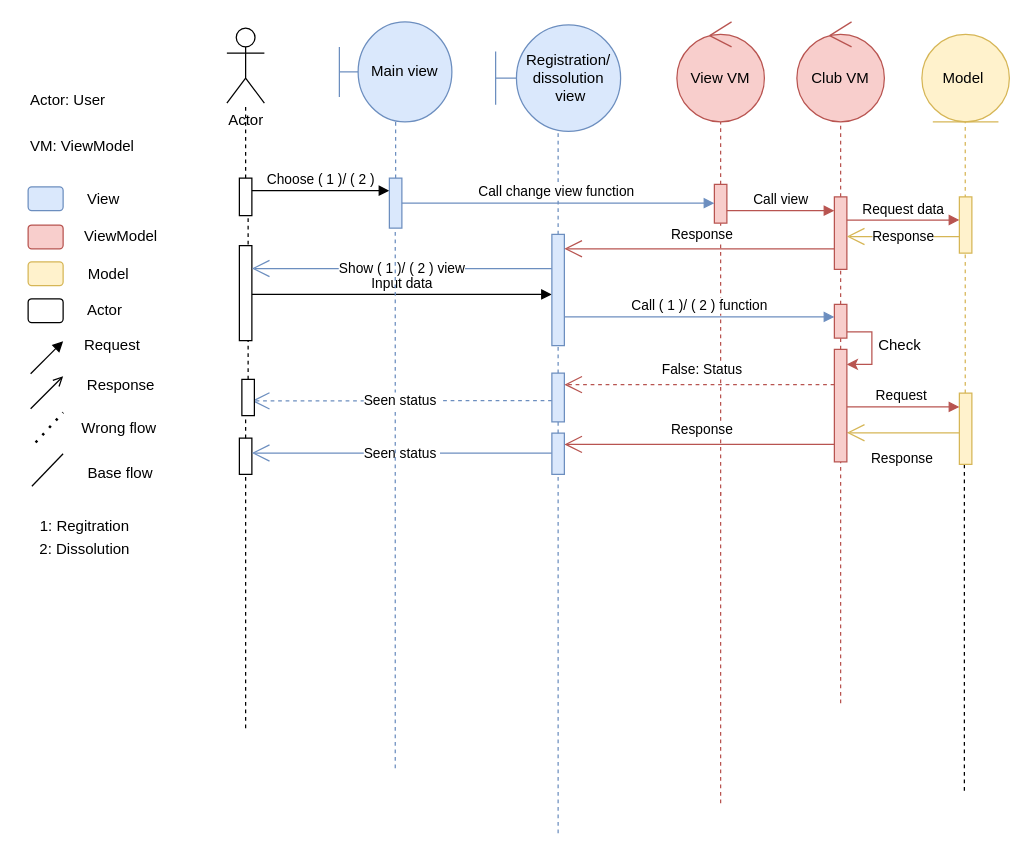
Earlier version of the draw.io diagram page "Club registration/ dissolution" (7 of 20) of Diagram.drawio (DnhTrn/finall_project). Source tidied: cells renumbered, new cells numbered last; positions are measured from the earlier drawing's top-left corner, leaving out a move shared by most shapes. Both pictures are drawn from the tidied source at 125%, with x=0, y=0 at pixel (26, 21).
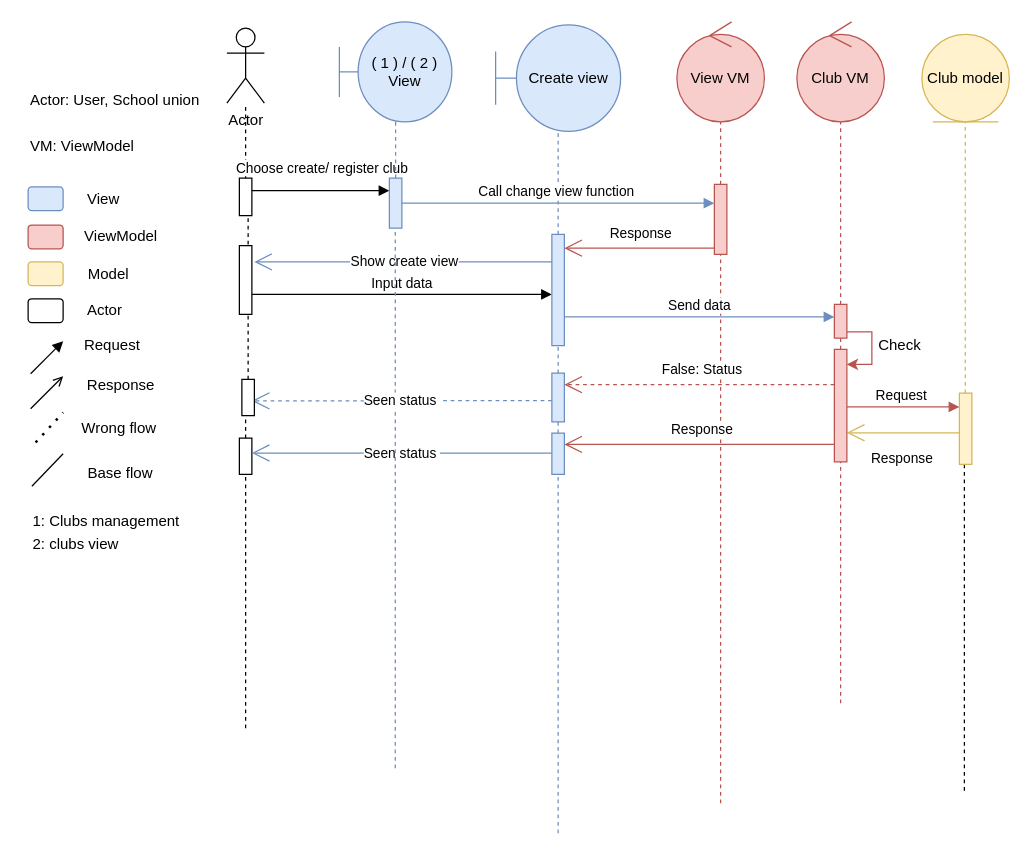
The same diagram, later.

The change refers to these unchanged cells:
```xml
<mxCell id="34" style="html=1;points=[[0,0,0,0,5],[0,1,0,0,-5],[1,0,0,0,5],[1,1,0,0,-5]];perimeter=orthogonalPerimeter;outlineConnect=0;targetShapes=umlLifeline;portConstraint=eastwest;newEdgeStyle={&quot;curved&quot;:0,&quot;rounded&quot;:0};fillColor=#dae8fc;strokeColor=#6c8ebf;" parent="1" vertex="1">
  <mxGeometry x="420" y="170" width="10" height="89" as="geometry" />
</mxCell>
<mxCell id="76" style="html=1;points=[[0,0,0,0,5],[0,1,0,0,-5],[1,0,0,0,5],[1,1,0,0,-5]];perimeter=orthogonalPerimeter;outlineConnect=0;targetShapes=umlLifeline;portConstraint=eastwest;newEdgeStyle={&quot;curved&quot;:0,&quot;rounded&quot;:0};fillColor=#f8cecc;strokeColor=#b85450;" parent="1" vertex="1">
  <mxGeometry x="646" y="262" width="10" height="90" as="geometry" />
</mxCell>
```

Diff of the diagram source:
```diff
@@
-    <mxCell id="3" value="Registration/&lt;div&gt;dissolution&lt;/div&gt;&lt;div&gt;&amp;nbsp;view&lt;/div&gt;" style="shape=umlBoundary;whiteSpace=wrap;html=1;fillColor=#dae8fc;strokeColor=#6c8ebf;" parent="1" vertex="1">
+    <mxCell id="3" value="Create view" style="shape=umlBoundary;whiteSpace=wrap;html=1;fillColor=#dae8fc;strokeColor=#6c8ebf;" parent="1" vertex="1">
       <mxGeometry x="375" y="2.5" width="100" height="85" as="geometry" />
     </mxCell>
-    <mxCell id="4" value="Model&amp;nbsp;" style="ellipse;shape=umlEntity;whiteSpace=wrap;html=1;fillColor=#fff2cc;strokeColor=#d6b656;" parent="1" vertex="1">
+    <mxCell id="4" value="Club model" style="ellipse;shape=umlEntity;whiteSpace=wrap;html=1;fillColor=#fff2cc;strokeColor=#d6b656;" parent="1" vertex="1">
       <mxGeometry x="716" y="10" width="70" height="70" as="geometry" />
     </mxCell>
@@
-    <mxCell id="9" style="endArrow=none;dashed=1;html=1;rounded=0;fillColor=#f8cecc;strokeColor=#b85450;" parent="1" edge="1" source="67">
+    <mxCell id="9" style="endArrow=none;dashed=1;html=1;rounded=0;fillColor=#f8cecc;strokeColor=#b85450;" parent="1" edge="1" source="76">
       <mxGeometry relative="1" as="geometry">
         <mxPoint x="651" y="80" as="targetPoint" />
       </mxGeometry>
     </mxCell>
@@
     <mxCell id="14" style="html=1;points=[[0,0,0,0,5],[0,1,0,0,-5],[1,0,0,0,5],[1,1,0,0,-5]];perimeter=orthogonalPerimeter;outlineConnect=0;targetShapes=umlLifeline;portConstraint=eastwest;newEdgeStyle={&quot;curved&quot;:0,&quot;rounded&quot;:0};fillColor=#f8cecc;strokeColor=#b85450;" parent="1" vertex="1">
-      <mxGeometry x="550" y="130" width="10" height="31" as="geometry" />
+      <mxGeometry x="550" y="130" width="10" height="56" as="geometry" />
     </mxCell>
@@
-    <mxCell id="18" value="&lt;div style=&quot;text-align: left;&quot;&gt;Choose ( 1 )/ ( 2 )&lt;/div&gt;" style="html=1;verticalAlign=bottom;endArrow=block;curved=0;rounded=0;" parent="1" edge="1">
-      <mxGeometry relative="1" as="geometry">
+    <mxCell id="18" value="&lt;div style=&quot;text-align: left;&quot;&gt;Choose create/ register club&lt;/div&gt;" style="html=1;verticalAlign=bottom;endArrow=block;curved=0;rounded=0;" parent="1" edge="1">
+      <mxGeometry x="0.02" y="9" relative="1" as="geometry">
         <mxPoint x="180" y="135" as="sourcePoint" />
         <mxPoint x="290" y="135" as="targetPoint" />
       </mxGeometry>
     </mxCell>
-    <mxCell id="19" value="Main view" style="shape=umlBoundary;whiteSpace=wrap;html=1;fillColor=#dae8fc;strokeColor=#6c8ebf;" parent="1" vertex="1">
+    <mxCell id="19" value="( 1 ) / ( 2 )&lt;div&gt;View&lt;/div&gt;" style="shape=umlBoundary;whiteSpace=wrap;html=1;fillColor=#dae8fc;strokeColor=#6c8ebf;" parent="1" vertex="1">
       <mxGeometry x="250" width="90" height="80" as="geometry" />
     </mxCell>
@@
     <mxCell id="28" style="html=1;perimeter=orthogonalPerimeter;targetShapes=umlLifeline;newEdgeStyle={&quot;curved&quot;:0,&quot;rounded&quot;:0};" parent="1" vertex="1">
-      <mxGeometry x="170" y="179" width="10" height="76" as="geometry" />
+      <mxGeometry x="170" y="179" width="10" height="55" as="geometry" />
     </mxCell>
-    <mxCell id="29" value="Show&amp;nbsp;&lt;span style=&quot;text-align: left;&quot;&gt;( 1 )/ ( 2 )&lt;/span&gt;&amp;nbsp;view" style="endArrow=open;endSize=12;html=1;rounded=0;fillColor=#dae8fc;strokeColor=#6c8ebf;" parent="1" edge="1">
+    <mxCell id="29" value="Show create view" style="endArrow=open;endSize=12;html=1;rounded=0;fillColor=#dae8fc;strokeColor=#6c8ebf;" parent="1" edge="1">
       <mxGeometry relative="1" as="geometry">
-        <mxPoint x="420" y="197.3" as="sourcePoint" />
-        <mxPoint x="180" y="197.3" as="targetPoint" />
+        <mxPoint x="422" y="192" as="sourcePoint" />
+        <mxPoint x="182" y="192" as="targetPoint" />
       </mxGeometry>
     </mxCell>
@@
-    <mxCell id="36" value="&lt;div style=&quot;text-align: left;&quot;&gt;Call ( 1 )/ ( 2 )&amp;nbsp;function&lt;/div&gt;" style="html=1;verticalAlign=bottom;endArrow=block;curved=0;rounded=0;fillColor=#dae8fc;strokeColor=#6c8ebf;" parent="1" edge="1">
+    <mxCell id="36" value="&lt;div style=&quot;text-align: left;&quot;&gt;Send data&lt;/div&gt;" style="html=1;verticalAlign=bottom;endArrow=block;curved=0;rounded=0;fillColor=#dae8fc;strokeColor=#6c8ebf;" parent="1" edge="1">
       <mxGeometry relative="1" as="geometry">
         <mxPoint x="430" y="236" as="sourcePoint" />
         <mxPoint x="646" y="236" as="targetPoint" />
       </mxGeometry>
     </mxCell>
@@
-    <mxCell id="58" value="&lt;div style=&quot;&quot;&gt;&lt;span style=&quot;background-color: initial;&quot;&gt;Actor: User&lt;/span&gt;&lt;/div&gt;" style="text;html=1;align=left;verticalAlign=middle;whiteSpace=wrap;rounded=0;" parent="1" vertex="1">
-      <mxGeometry x="1" y="47.5" width="89" height="30" as="geometry" />
+    <mxCell id="58" value="&lt;div style=&quot;&quot;&gt;&lt;span style=&quot;background-color: initial;&quot;&gt;Actor: User, School union&lt;/span&gt;&lt;/div&gt;" style="text;html=1;align=left;verticalAlign=middle;whiteSpace=wrap;rounded=0;" parent="1" vertex="1">
+      <mxGeometry x="1" y="47.5" width="142" height="30" as="geometry" />
     </mxCell>
@@
-    <mxCell id="65" value="1: Regitration&lt;div style=&quot;line-height: 170%;&quot;&gt;2: Dissolution&lt;/div&gt;" style="text;html=1;align=center;verticalAlign=middle;strokeColor=none;fillColor=none;" parent="1" vertex="1">
-      <mxGeometry x="1" y="390" width="90" height="47" as="geometry" />
+    <mxCell id="65" value="1: Clubs management&lt;div style=&quot;line-height: 170%;&quot;&gt;2: clubs view&lt;/div&gt;" style="text;html=1;align=left;verticalAlign=middle;strokeColor=none;fillColor=none;" parent="1" vertex="1">
+      <mxGeometry x="3" y="386" width="135" height="47" as="geometry" />
     </mxCell>
-    <mxCell id="66" style="endArrow=none;dashed=1;html=1;rounded=0;fillColor=#f8cecc;strokeColor=#b85450;" parent="1" edge="1" source="76" target="67">
-      <mxGeometry relative="1" as="geometry" />
-    </mxCell>
-    <mxCell id="67" style="html=1;points=[[0,0,0,0,5],[0,1,0,0,-5],[1,0,0,0,5],[1,1,0,0,-5]];perimeter=orthogonalPerimeter;outlineConnect=0;targetShapes=umlLifeline;portConstraint=eastwest;newEdgeStyle={&quot;curved&quot;:0,&quot;rounded&quot;:0};fillColor=#f8cecc;strokeColor=#b85450;" parent="1" vertex="1">
-      <mxGeometry x="646" y="140" width="10" height="58" as="geometry" />
-    </mxCell>
-    <mxCell id="68" value="&lt;div style=&quot;text-align: left;&quot;&gt;Call view&lt;/div&gt;" style="html=1;verticalAlign=bottom;endArrow=block;curved=0;rounded=0;fillColor=#f8cecc;strokeColor=#b85450;" parent="1" edge="1">
-      <mxGeometry relative="1" as="geometry">
-        <mxPoint x="560" y="151" as="sourcePoint" />
-        <mxPoint x="646" y="151" as="targetPoint" />
-      </mxGeometry>
-    </mxCell>
-    <mxCell id="69" style="html=1;perimeter=orthogonalPerimeter;targetShapes=umlLifeline;newEdgeStyle={&quot;curved&quot;:0,&quot;rounded&quot;:0};fillColor=#fff2cc;strokeColor=#d6b656;" parent="1" vertex="1">
-      <mxGeometry x="746" y="140" width="10" height="45" as="geometry" />
-    </mxCell>
-    <mxCell id="70" value="&lt;div style=&quot;text-align: left;&quot;&gt;Request data&lt;/div&gt;" style="html=1;verticalAlign=bottom;endArrow=block;curved=0;rounded=0;fillColor=#f8cecc;strokeColor=#b85450;" parent="1" edge="1" source="67">
-      <mxGeometry relative="1" as="geometry">
-        <mxPoint x="746" y="158.5" as="targetPoint" />
-      </mxGeometry>
-    </mxCell>
-    <mxCell id="71" value="Response" style="endArrow=open;endSize=12;html=1;rounded=0;fillColor=#fff2cc;strokeColor=#d6b656;" parent="1" edge="1">
-      <mxGeometry relative="1" as="geometry">
-        <mxPoint x="746" y="171.7" as="sourcePoint" />
-        <mxPoint x="656" y="171.7" as="targetPoint" />
-      </mxGeometry>
-    </mxCell>
-    <mxCell id="72" value="Response" style="endArrow=open;endSize=12;html=1;rounded=0;fillColor=#f8cecc;strokeColor=#b85450;" parent="1" edge="1" target="34">
-      <mxGeometry x="-0.02" y="-12" relative="1" as="geometry">
-        <mxPoint x="646" y="181.5" as="sourcePoint" />
-      </mxGeometry>
+    <mxCell id="72" value="Response" style="endArrow=open;endSize=12;html=1;rounded=0;fillColor=#f8cecc;strokeColor=#b85450;exitX=0;exitY=1;exitDx=0;exitDy=-5;exitPerimeter=0;" parent="1" edge="1" source="14" target="34">
+      <mxGeometry x="-0.02" y="-12" relative="1" as="geometry" />
     </mxCell>
```
